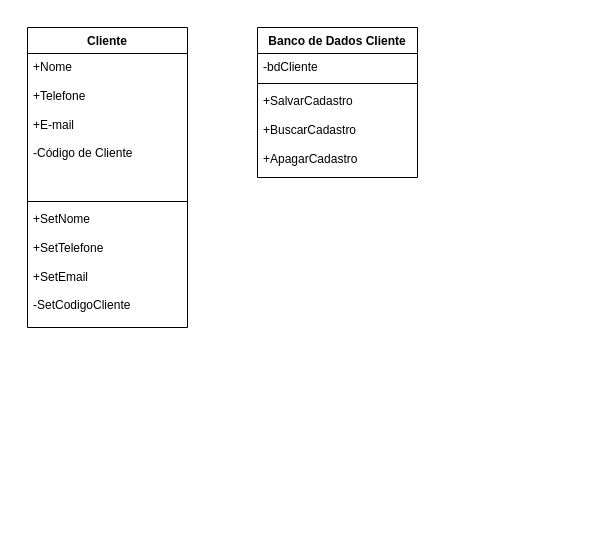
This is page "Diagrama-de-Classe" (4 of 14) of DOC/Fluxograma.drawio from GuilhermeIgarashi7/avatar-Fluxograma, a draw.io file, before an edit. Source tidied: cells renumbered, new cells numbered last; positions are measured from the earlier drawing's top-left corner, leaving out a move shared by most shapes. Both pictures are drawn from the tidied source at 100%, with x=0, y=0 at pixel (27, 27).
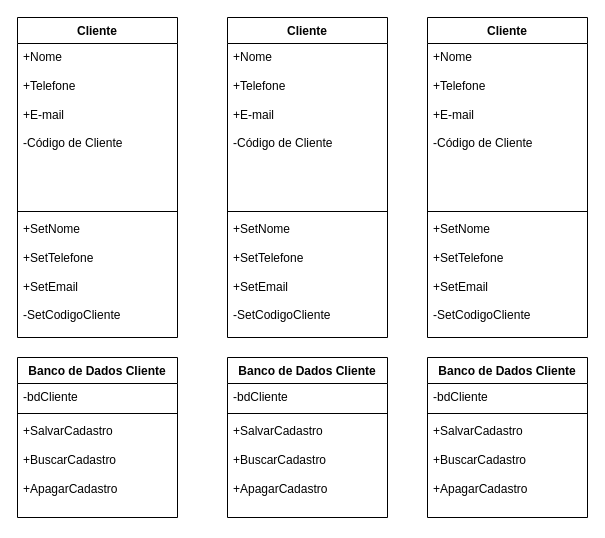
The same diagram, later.

What changed in the source:
```diff
@@
     <mxCell id="2" value="Cliente" style="swimlane;fontStyle=1;align=center;verticalAlign=top;horizontal=1;startSize=26;whiteSpace=wrap;html=1;" parent="1" vertex="1">
-      <mxGeometry width="160" height="300" as="geometry" />
+      <mxGeometry x="-10" y="-10" width="160" height="320" as="geometry" />
     </mxCell>
     <mxCell id="3" value="+Nome&lt;div&gt;&lt;br&gt;&lt;/div&gt;&lt;div&gt;+Telefone&lt;/div&gt;&lt;div&gt;&lt;br&gt;&lt;/div&gt;&lt;div&gt;+E-mail&lt;/div&gt;&lt;div&gt;&lt;br&gt;&lt;/div&gt;&lt;div&gt;-Código de Cliente&lt;/div&gt;" style="text;strokeColor=none;fillColor=none;align=left;verticalAlign=top;spacingLeft=4;spacingRight=4;overflow=hidden;whiteSpace=wrap;html=1;" parent="2" vertex="1">
-      <mxGeometry y="26" width="160" height="144" as="geometry" />
+      <mxGeometry y="26" width="160" height="164" as="geometry" />
     </mxCell>
     <mxCell id="4" style="line;strokeWidth=1;fillColor=none;align=left;verticalAlign=middle;spacingTop=-1;spacingLeft=3;spacingRight=3;labelPosition=right;strokeColor=inherit;" parent="2" vertex="1">
-      <mxGeometry y="170" width="160" height="8" as="geometry" />
+      <mxGeometry y="190" width="160" height="8" as="geometry" />
     </mxCell>
     <mxCell id="5" value="+SetNome&lt;div&gt;&lt;br&gt;&lt;div&gt;+SetTelefone&lt;/div&gt;&lt;/div&gt;&lt;div&gt;&lt;br&gt;&lt;/div&gt;&lt;div&gt;+SetEmail&lt;/div&gt;&lt;div&gt;&lt;br&gt;&lt;/div&gt;&lt;div&gt;-SetCodigoCliente&lt;/div&gt;&lt;div&gt;&lt;br&gt;&lt;/div&gt;&lt;div&gt;&lt;br&gt;&lt;/div&gt;" style="text;strokeColor=none;fillColor=none;align=left;verticalAlign=top;spacingLeft=4;spacingRight=4;overflow=hidden;whiteSpace=wrap;html=1;" parent="2" vertex="1">
-      <mxGeometry y="178" width="160" height="122" as="geometry" />
+      <mxGeometry y="198" width="160" height="122" as="geometry" />
     </mxCell>
     <mxCell id="6" value="Banco de Dados Cliente" style="swimlane;fontStyle=1;align=center;verticalAlign=top;horizontal=1;startSize=26;whiteSpace=wrap;html=1;" parent="1" vertex="1">
-      <mxGeometry x="230" width="160" height="150" as="geometry" />
+      <mxGeometry x="-10" y="330" width="160" height="160" as="geometry" />
     </mxCell>
@@
     <mxCell id="9" value="+SalvarCadastro&lt;div&gt;&lt;br&gt;&lt;/div&gt;&lt;div&gt;+BuscarCadastro&lt;/div&gt;&lt;div&gt;&lt;br&gt;&lt;/div&gt;&lt;div&gt;+ApagarCadastro&lt;/div&gt;" style="text;strokeColor=none;fillColor=none;align=left;verticalAlign=top;spacingLeft=4;spacingRight=4;overflow=hidden;whiteSpace=wrap;html=1;" parent="6" vertex="1">
-      <mxGeometry y="60" width="160" height="90" as="geometry" />
+      <mxGeometry y="60" width="160" height="100" as="geometry" />
     </mxCell>
+    <mxCell id="10" value="Cliente" style="swimlane;fontStyle=1;align=center;verticalAlign=top;horizontal=1;startSize=26;whiteSpace=wrap;html=1;" parent="1" vertex="1">
+      <mxGeometry x="200" y="-10" width="160" height="320" as="geometry" />
+    </mxCell>
+    <mxCell id="11" value="+Nome&lt;div&gt;&lt;br&gt;&lt;/div&gt;&lt;div&gt;+Telefone&lt;/div&gt;&lt;div&gt;&lt;br&gt;&lt;/div&gt;&lt;div&gt;+E-mail&lt;/div&gt;&lt;div&gt;&lt;br&gt;&lt;/div&gt;&lt;div&gt;-Código de Cliente&lt;/div&gt;" style="text;strokeColor=none;fillColor=none;align=left;verticalAlign=top;spacingLeft=4;spacingRight=4;overflow=hidden;whiteSpace=wrap;html=1;" parent="10" vertex="1">
+      <mxGeometry y="26" width="160" height="164" as="geometry" />
+    </mxCell>
+    <mxCell id="12" style="line;strokeWidth=1;fillColor=none;align=left;verticalAlign=middle;spacingTop=-1;spacingLeft=3;spacingRight=3;labelPosition=right;strokeColor=inherit;" parent="10" vertex="1">
+      <mxGeometry y="190" width="160" height="8" as="geometry" />
+    </mxCell>
+    <mxCell id="13" value="+SetNome&lt;div&gt;&lt;br&gt;&lt;div&gt;+SetTelefone&lt;/div&gt;&lt;/div&gt;&lt;div&gt;&lt;br&gt;&lt;/div&gt;&lt;div&gt;+SetEmail&lt;/div&gt;&lt;div&gt;&lt;br&gt;&lt;/div&gt;&lt;div&gt;-SetCodigoCliente&lt;/div&gt;&lt;div&gt;&lt;br&gt;&lt;/div&gt;&lt;div&gt;&lt;br&gt;&lt;/div&gt;" style="text;strokeColor=none;fillColor=none;align=left;verticalAlign=top;spacingLeft=4;spacingRight=4;overflow=hidden;whiteSpace=wrap;html=1;" parent="10" vertex="1">
+      <mxGeometry y="198" width="160" height="122" as="geometry" />
+    </mxCell>
+    <mxCell id="14" value="Banco de Dados Cliente" style="swimlane;fontStyle=1;align=center;verticalAlign=top;horizontal=1;startSize=26;whiteSpace=wrap;html=1;" parent="1" vertex="1">
+      <mxGeometry x="200" y="330" width="160" height="160" as="geometry" />
+    </mxCell>
+    <mxCell id="15" value="-bdCliente" style="text;strokeColor=none;fillColor=none;align=left;verticalAlign=top;spacingLeft=4;spacingRight=4;overflow=hidden;whiteSpace=wrap;html=1;" parent="14" vertex="1">
+      <mxGeometry y="26" width="160" height="26" as="geometry" />
+    </mxCell>
+    <mxCell id="16" style="line;strokeWidth=1;fillColor=none;align=left;verticalAlign=middle;spacingTop=-1;spacingLeft=3;spacingRight=3;labelPosition=right;strokeColor=inherit;" parent="14" vertex="1">
+      <mxGeometry y="52" width="160" height="8" as="geometry" />
+    </mxCell>
+    <mxCell id="17" value="+SalvarCadastro&lt;div&gt;&lt;br&gt;&lt;/div&gt;&lt;div&gt;+BuscarCadastro&lt;/div&gt;&lt;div&gt;&lt;br&gt;&lt;/div&gt;&lt;div&gt;+ApagarCadastro&lt;/div&gt;" style="text;strokeColor=none;fillColor=none;align=left;verticalAlign=top;spacingLeft=4;spacingRight=4;overflow=hidden;whiteSpace=wrap;html=1;" parent="14" vertex="1">
+      <mxGeometry y="60" width="160" height="100" as="geometry" />
+    </mxCell>
+    <mxCell id="18" value="Cliente" style="swimlane;fontStyle=1;align=center;verticalAlign=top;horizontal=1;startSize=26;whiteSpace=wrap;html=1;" parent="1" vertex="1">
+      <mxGeometry x="400" y="-10" width="160" height="320" as="geometry" />
+    </mxCell>
+    <mxCell id="19" value="+Nome&lt;div&gt;&lt;br&gt;&lt;/div&gt;&lt;div&gt;+Telefone&lt;/div&gt;&lt;div&gt;&lt;br&gt;&lt;/div&gt;&lt;div&gt;+E-mail&lt;/div&gt;&lt;div&gt;&lt;br&gt;&lt;/div&gt;&lt;div&gt;-Código de Cliente&lt;/div&gt;" style="text;strokeColor=none;fillColor=none;align=left;verticalAlign=top;spacingLeft=4;spacingRight=4;overflow=hidden;whiteSpace=wrap;html=1;" parent="18" vertex="1">
+      <mxGeometry y="26" width="160" height="164" as="geometry" />
+    </mxCell>
+    <mxCell id="20" style="line;strokeWidth=1;fillColor=none;align=left;verticalAlign=middle;spacingTop=-1;spacingLeft=3;spacingRight=3;labelPosition=right;strokeColor=inherit;" parent="18" vertex="1">
+      <mxGeometry y="190" width="160" height="8" as="geometry" />
+    </mxCell>
+    <mxCell id="21" value="+SetNome&lt;div&gt;&lt;br&gt;&lt;div&gt;+SetTelefone&lt;/div&gt;&lt;/div&gt;&lt;div&gt;&lt;br&gt;&lt;/div&gt;&lt;div&gt;+SetEmail&lt;/div&gt;&lt;div&gt;&lt;br&gt;&lt;/div&gt;&lt;div&gt;-SetCodigoCliente&lt;/div&gt;&lt;div&gt;&lt;br&gt;&lt;/div&gt;&lt;div&gt;&lt;br&gt;&lt;/div&gt;" style="text;strokeColor=none;fillColor=none;align=left;verticalAlign=top;spacingLeft=4;spacingRight=4;overflow=hidden;whiteSpace=wrap;html=1;" parent="18" vertex="1">
+      <mxGeometry y="198" width="160" height="122" as="geometry" />
+    </mxCell>
+    <mxCell id="22" value="Banco de Dados Cliente" style="swimlane;fontStyle=1;align=center;verticalAlign=top;horizontal=1;startSize=26;whiteSpace=wrap;html=1;" parent="1" vertex="1">
+      <mxGeometry x="400" y="330" width="160" height="160" as="geometry" />
+    </mxCell>
+    <mxCell id="23" value="-bdCliente" style="text;strokeColor=none;fillColor=none;align=left;verticalAlign=top;spacingLeft=4;spacingRight=4;overflow=hidden;whiteSpace=wrap;html=1;" parent="22" vertex="1">
+      <mxGeometry y="26" width="160" height="26" as="geometry" />
+    </mxCell>
+    <mxCell id="24" style="line;strokeWidth=1;fillColor=none;align=left;verticalAlign=middle;spacingTop=-1;spacingLeft=3;spacingRight=3;labelPosition=right;strokeColor=inherit;" parent="22" vertex="1">
+      <mxGeometry y="52" width="160" height="8" as="geometry" />
+    </mxCell>
+    <mxCell id="25" value="+SalvarCadastro&lt;div&gt;&lt;br&gt;&lt;/div&gt;&lt;div&gt;+BuscarCadastro&lt;/div&gt;&lt;div&gt;&lt;br&gt;&lt;/div&gt;&lt;div&gt;+ApagarCadastro&lt;/div&gt;" style="text;strokeColor=none;fillColor=none;align=left;verticalAlign=top;spacingLeft=4;spacingRight=4;overflow=hidden;whiteSpace=wrap;html=1;" parent="22" vertex="1">
+      <mxGeometry y="60" width="160" height="100" as="geometry" />
+    </mxCell>
```
